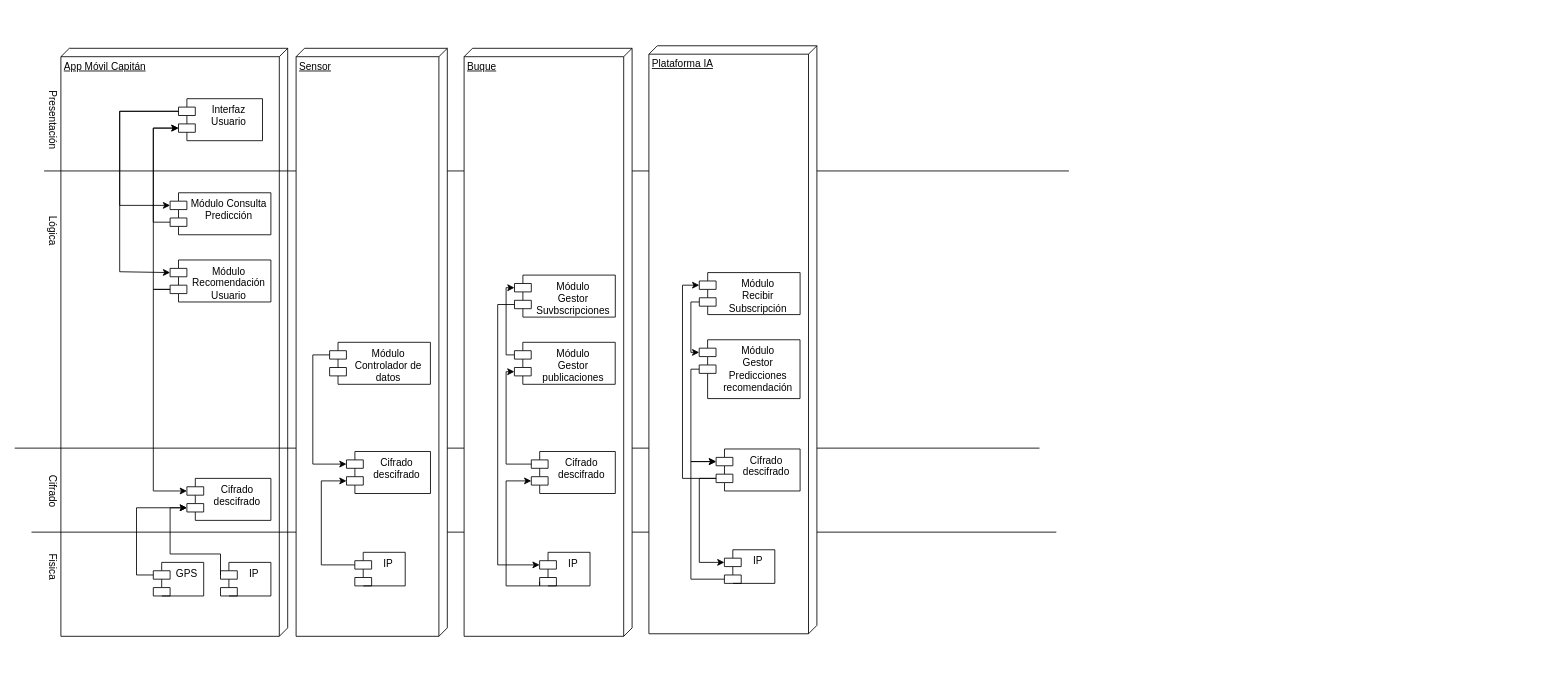
Before: Vista_desarrolloV1.drawio in jdiazfer/ADS_Practica1, a draw.io diagram. Source tidied: cells renumbered, new cells numbered last; positions are measured from the earlier drawing's top-left corner, leaving out a move shared by most shapes. Both pictures are drawn from the tidied source at 84%, with x=0, y=0 at pixel (14, 45).
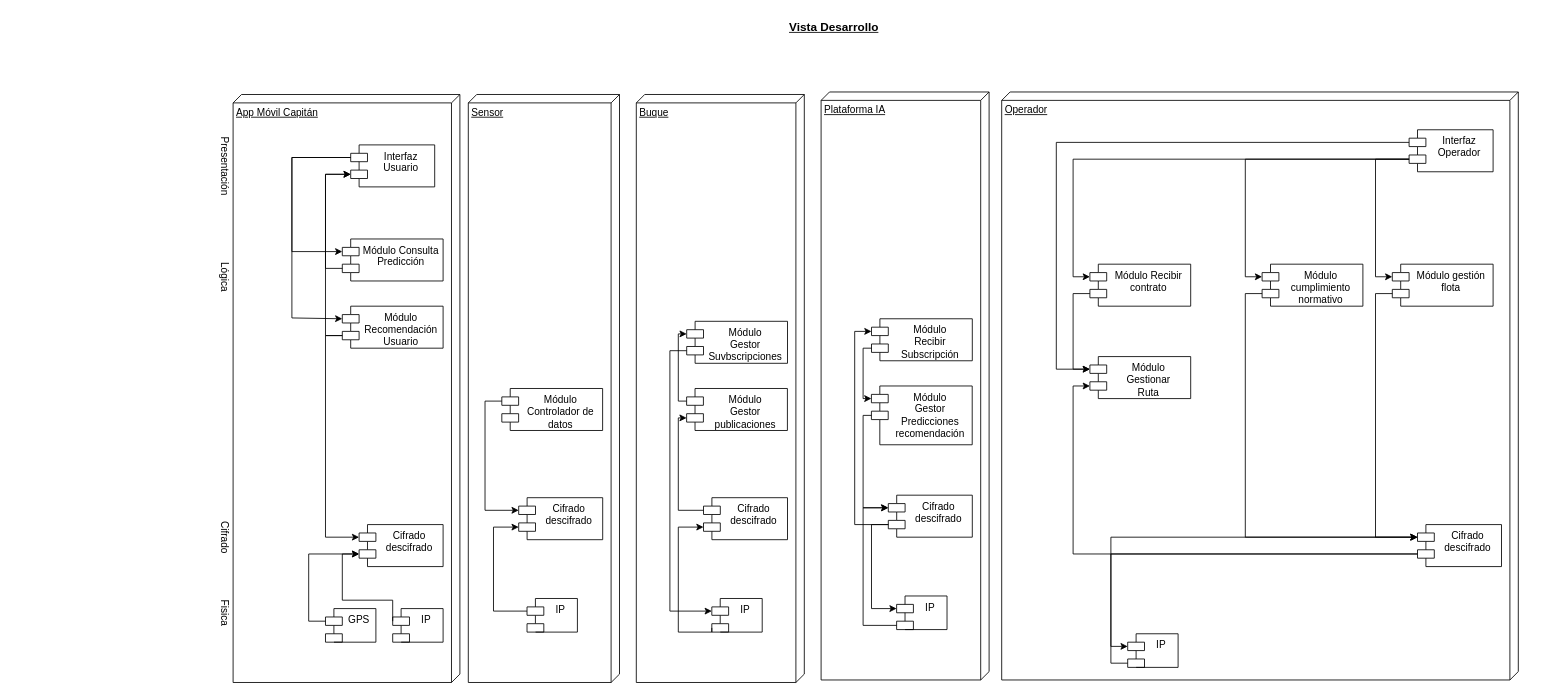
After the change.

What changed in the source:
```diff
@@
+    <mxCell id="53" style="group;" parent="1" vertex="1">
+      <mxGeometry x="235" y="55" width="1585" height="703" as="geometry" />
+    </mxCell>
+    <mxCell id="54" value="Operador" style="verticalAlign=top;align=left;spacingTop=8;spacingLeft=2;spacingRight=12;shape=cube;size=10;direction=south;fontStyle=4;html=1;whiteSpace=wrap;" parent="53" vertex="1">
+      <mxGeometry x="940" width="615" height="700" as="geometry" />
+    </mxCell>
-    <mxCell id="2" value="App Móvil Capitán" style="verticalAlign=top;align=left;spacingTop=8;spacingLeft=2;spacingRight=12;shape=cube;size=10;direction=south;fontStyle=4;html=1;whiteSpace=wrap;" parent="1" vertex="1">
-      <mxGeometry x="55" y="3" width="270" height="700" as="geometry" />
+    <mxCell id="2" value="App Móvil Capitán" style="verticalAlign=top;align=left;spacingTop=8;spacingLeft=2;spacingRight=12;shape=cube;size=10;direction=south;fontStyle=4;html=1;whiteSpace=wrap;" parent="53" vertex="1">
+      <mxGeometry x="25" y="3" width="270" height="700" as="geometry" />
     </mxCell>
-    <mxCell id="3" style="line;strokeWidth=1;fillColor=none;align=left;verticalAlign=middle;spacingTop=-1;spacingLeft=3;spacingRight=3;labelPosition=right;strokeColor=inherit;" parent="1" vertex="1">
-      <mxGeometry x="35" y="145" width="1220" height="8" as="geometry" />
-    </mxCell>
-    <mxCell id="4" value="Presentación" style="text;html=1;align=center;verticalAlign=middle;strokeColor=none;fillColor=none;rotation=90;" parent="1" vertex="1">
-      <mxGeometry y="73" width="90" height="30" as="geometry" />
+    <mxCell id="4" value="Presentación" style="text;html=1;align=center;verticalAlign=middle;strokeColor=none;fillColor=none;rotation=90;" parent="53" vertex="1">
+      <mxGeometry x="-30" y="73" width="90" height="30" as="geometry" />
     </mxCell>
-    <mxCell id="5" value="Lógica" style="text;html=1;align=center;verticalAlign=middle;strokeColor=none;fillColor=none;rotation=90;" parent="1" vertex="1">
-      <mxGeometry x="15" y="205" width="60" height="30" as="geometry" />
+    <mxCell id="5" value="Lógica" style="text;html=1;align=center;verticalAlign=middle;strokeColor=none;fillColor=none;rotation=90;" parent="53" vertex="1">
+      <mxGeometry x="-15" y="205" width="60" height="30" as="geometry" />
     </mxCell>
-    <mxCell id="6" value="Cifrado" style="text;html=1;align=center;verticalAlign=middle;strokeColor=none;fillColor=none;rotation=90;" parent="1" vertex="1">
-      <mxGeometry x="15" y="515" width="60" height="30" as="geometry" />
+    <mxCell id="6" value="Cifrado" style="text;html=1;align=center;verticalAlign=middle;strokeColor=none;fillColor=none;rotation=90;" parent="53" vertex="1">
+      <mxGeometry x="-15" y="515" width="60" height="30" as="geometry" />
     </mxCell>
-    <mxCell id="7" value="Fisica" style="text;html=1;align=center;verticalAlign=middle;strokeColor=none;fillColor=none;rotation=90;" parent="1" vertex="1">
-      <mxGeometry x="20" y="605" width="50" height="30" as="geometry" />
+    <mxCell id="7" value="Fisica" style="text;html=1;align=center;verticalAlign=middle;strokeColor=none;fillColor=none;rotation=90;" parent="53" vertex="1">
+      <mxGeometry x="-10" y="605" width="50" height="30" as="geometry" />
     </mxCell>
-    <mxCell id="8" style="edgeStyle=orthogonalEdgeStyle;rounded=0;jettySize=auto;html=1;exitX=0;exitY=0;exitDx=0;exitDy=15;exitPerimeter=0;entryX=0;entryY=0;entryDx=0;entryDy=15;entryPerimeter=0;" parent="1" edge="1" source="9" target="10">
+    <mxCell id="8" style="edgeStyle=orthogonalEdgeStyle;rounded=0;jettySize=auto;html=1;exitX=0;exitY=0;exitDx=0;exitDy=15;exitPerimeter=0;entryX=0;entryY=0;entryDx=0;entryDy=15;entryPerimeter=0;" parent="53" edge="1" source="9" target="10">
       <mxGeometry relative="1" as="geometry">
         <Array as="points">
-          <mxPoint x="125" y="78" />
-          <mxPoint x="125" y="190" />
+          <mxPoint x="95" y="78" />
+          <mxPoint x="95" y="190" />
         </Array>
       </mxGeometry>
     </mxCell>
-    <mxCell id="9" value="&lt;div&gt;Interfaz &lt;br&gt;&lt;/div&gt;&lt;div&gt;Usuario&lt;br&gt;&lt;/div&gt;" style="shape=module;align=left;spacingLeft=20;align=center;verticalAlign=top;whiteSpace=wrap;html=1;" parent="1" vertex="1">
-      <mxGeometry x="195" y="63" width="100" height="50" as="geometry" />
+    <mxCell id="9" value="&lt;div&gt;Interfaz &lt;br&gt;&lt;/div&gt;&lt;div&gt;Usuario&lt;br&gt;&lt;/div&gt;" style="shape=module;align=left;spacingLeft=20;align=center;verticalAlign=top;whiteSpace=wrap;html=1;" parent="53" vertex="1">
+      <mxGeometry x="165" y="63" width="100" height="50" as="geometry" />
     </mxCell>
-    <mxCell id="10" value="&lt;div&gt;Módulo Consulta&lt;br&gt;&lt;/div&gt;&lt;div&gt;Predicción&lt;br&gt;&lt;/div&gt;" style="shape=module;align=left;spacingLeft=20;align=center;verticalAlign=top;whiteSpace=wrap;html=1;" parent="1" vertex="1">
-      <mxGeometry x="185" y="175" width="120" height="50" as="geometry" />
+    <mxCell id="10" value="&lt;div&gt;Módulo Consulta&lt;br&gt;&lt;/div&gt;&lt;div&gt;Predicción&lt;br&gt;&lt;/div&gt;" style="shape=module;align=left;spacingLeft=20;align=center;verticalAlign=top;whiteSpace=wrap;html=1;" parent="53" vertex="1">
+      <mxGeometry x="155" y="175" width="120" height="50" as="geometry" />
     </mxCell>
-    <mxCell id="11" style="edgeStyle=orthogonalEdgeStyle;rounded=0;jettySize=auto;html=1;exitX=0;exitY=0;exitDx=0;exitDy=35;exitPerimeter=0;entryX=0;entryY=0;entryDx=0;entryDy=15;entryPerimeter=0;" parent="1" edge="1" source="12" target="18">
+    <mxCell id="11" style="edgeStyle=orthogonalEdgeStyle;rounded=0;jettySize=auto;html=1;exitX=0;exitY=0;exitDx=0;exitDy=35;exitPerimeter=0;entryX=0;entryY=0;entryDx=0;entryDy=15;entryPerimeter=0;" parent="53" edge="1" source="12" target="18">
       <mxGeometry relative="1" as="geometry" />
     </mxCell>
-    <mxCell id="12" value="&lt;div&gt;Módulo&lt;/div&gt;&lt;div&gt;Recomendación &lt;br&gt;&lt;/div&gt;&lt;div&gt;Usuario&lt;br&gt;&lt;/div&gt;" style="shape=module;align=left;spacingLeft=20;align=center;verticalAlign=top;whiteSpace=wrap;html=1;" parent="1" vertex="1">
-      <mxGeometry x="185" y="255" width="120" height="50" as="geometry" />
+    <mxCell id="12" value="&lt;div&gt;Módulo&lt;/div&gt;&lt;div&gt;Recomendación &lt;br&gt;&lt;/div&gt;&lt;div&gt;Usuario&lt;br&gt;&lt;/div&gt;" style="shape=module;align=left;spacingLeft=20;align=center;verticalAlign=top;whiteSpace=wrap;html=1;" parent="53" vertex="1">
+      <mxGeometry x="155" y="255" width="120" height="50" as="geometry" />
     </mxCell>
-    <mxCell id="13" value="GPS" style="shape=module;align=left;spacingLeft=20;align=center;verticalAlign=top;whiteSpace=wrap;html=1;" parent="1" vertex="1">
-      <mxGeometry x="165" y="615" width="60" height="40" as="geometry" />
+    <mxCell id="13" value="GPS" style="shape=module;align=left;spacingLeft=20;align=center;verticalAlign=top;whiteSpace=wrap;html=1;" parent="53" vertex="1">
+      <mxGeometry x="135" y="615" width="60" height="40" as="geometry" />
     </mxCell>
-    <mxCell id="14" style="edgeStyle=orthogonalEdgeStyle;rounded=0;jettySize=auto;html=1;exitX=0;exitY=0;exitDx=0;exitDy=15;exitPerimeter=0;entryX=0;entryY=0;entryDx=0;entryDy=15;entryPerimeter=0;" parent="1" edge="1" source="9" target="12">
+    <mxCell id="14" style="edgeStyle=orthogonalEdgeStyle;rounded=0;jettySize=auto;html=1;exitX=0;exitY=0;exitDx=0;exitDy=15;exitPerimeter=0;entryX=0;entryY=0;entryDx=0;entryDy=15;entryPerimeter=0;" parent="53" edge="1" source="9" target="12">
       <mxGeometry relative="1" as="geometry">
         <Array as="points">
-          <mxPoint x="125" y="78" />
-          <mxPoint x="125" y="269" />
-          <mxPoint x="185" y="269" />
+          <mxPoint x="95" y="78" />
+          <mxPoint x="95" y="269" />
+          <mxPoint x="155" y="269" />
         </Array>
       </mxGeometry>
     </mxCell>
-    <mxCell id="15" style="edgeStyle=orthogonalEdgeStyle;rounded=0;jettySize=auto;html=1;exitX=0;exitY=0;exitDx=0;exitDy=35;exitPerimeter=0;entryX=0;entryY=0;entryDx=0;entryDy=35;entryPerimeter=0;" parent="1" edge="1" source="10" target="9">
+    <mxCell id="15" style="edgeStyle=orthogonalEdgeStyle;rounded=0;jettySize=auto;html=1;exitX=0;exitY=0;exitDx=0;exitDy=35;exitPerimeter=0;entryX=0;entryY=0;entryDx=0;entryDy=35;entryPerimeter=0;" parent="53" edge="1" source="10" target="9">
       <mxGeometry relative="1" as="geometry" />
     </mxCell>
-    <mxCell id="16" style="edgeStyle=orthogonalEdgeStyle;rounded=0;jettySize=auto;html=1;exitX=0;exitY=0;exitDx=0;exitDy=35;exitPerimeter=0;entryX=0;entryY=0;entryDx=0;entryDy=35;entryPerimeter=0;" parent="1" edge="1" source="12" target="9">
+    <mxCell id="16" style="edgeStyle=orthogonalEdgeStyle;rounded=0;jettySize=auto;html=1;exitX=0;exitY=0;exitDx=0;exitDy=35;exitPerimeter=0;entryX=0;entryY=0;entryDx=0;entryDy=35;entryPerimeter=0;" parent="53" edge="1" source="12" target="9">
       <mxGeometry relative="1" as="geometry" />
     </mxCell>
-    <mxCell id="17" style="edgeStyle=orthogonalEdgeStyle;rounded=0;jettySize=auto;html=1;exitX=0;exitY=0;exitDx=0;exitDy=15;exitPerimeter=0;entryX=0;entryY=0;entryDx=0;entryDy=35;entryPerimeter=0;" parent="1" edge="1" source="13" target="18">
+    <mxCell id="17" style="edgeStyle=orthogonalEdgeStyle;rounded=0;jettySize=auto;html=1;exitX=0;exitY=0;exitDx=0;exitDy=15;exitPerimeter=0;entryX=0;entryY=0;entryDx=0;entryDy=35;entryPerimeter=0;" parent="53" edge="1" source="13" target="18">
       <mxGeometry relative="1" as="geometry">
         <Array as="points">
-          <mxPoint x="145" y="630" />
-          <mxPoint x="145" y="550" />
+          <mxPoint x="115" y="630" />
+          <mxPoint x="115" y="550" />
         </Array>
       </mxGeometry>
     </mxCell>
-    <mxCell id="18" value="&lt;div&gt;Cifrado&lt;/div&gt;&lt;div&gt;descifrado&lt;br&gt;&lt;/div&gt;" style="shape=module;align=left;spacingLeft=20;align=center;verticalAlign=top;whiteSpace=wrap;html=1;" parent="1" vertex="1">
-      <mxGeometry x="205" y="515" width="100" height="50" as="geometry" />
+    <mxCell id="18" value="&lt;div&gt;Cifrado&lt;/div&gt;&lt;div&gt;descifrado&lt;br&gt;&lt;/div&gt;" style="shape=module;align=left;spacingLeft=20;align=center;verticalAlign=top;whiteSpace=wrap;html=1;" parent="53" vertex="1">
+      <mxGeometry x="175" y="515" width="100" height="50" as="geometry" />
     </mxCell>
-    <mxCell id="19" style="line;strokeWidth=1;fillColor=none;align=left;verticalAlign=middle;spacingTop=-1;spacingLeft=3;spacingRight=3;labelPosition=right;strokeColor=inherit;" parent="1" vertex="1">
-      <mxGeometry y="475" width="1220" height="8" as="geometry" />
-    </mxCell>
-    <mxCell id="20" style="line;strokeWidth=1;fillColor=none;align=left;verticalAlign=middle;spacingTop=-1;spacingLeft=3;spacingRight=3;labelPosition=right;strokeColor=inherit;" parent="1" vertex="1">
-      <mxGeometry x="20" y="575" width="1220" height="8" as="geometry" />
-    </mxCell>
-    <mxCell id="21" value="Sensor" style="verticalAlign=top;align=left;spacingTop=8;spacingLeft=2;spacingRight=12;shape=cube;size=10;direction=south;fontStyle=4;html=1;whiteSpace=wrap;" parent="1" vertex="1">
-      <mxGeometry x="335" y="3" width="180" height="700" as="geometry" />
+    <mxCell id="21" value="Sensor" style="verticalAlign=top;align=left;spacingTop=8;spacingLeft=2;spacingRight=12;shape=cube;size=10;direction=south;fontStyle=4;html=1;whiteSpace=wrap;" parent="53" vertex="1">
+      <mxGeometry x="305" y="3" width="180" height="700" as="geometry" />
     </mxCell>
-    <mxCell id="22" style="group;" parent="1" vertex="1">
-      <mxGeometry x="365" y="353" width="130" height="290" as="geometry" />
+    <mxCell id="22" style="group;" parent="53" vertex="1">
+      <mxGeometry x="335" y="353" width="130" height="290" as="geometry" />
     </mxCell>
@@
-    <mxCell id="28" style="group;" parent="1" vertex="1">
-      <mxGeometry x="535" y="3" width="200" height="700" as="geometry" />
+    <mxCell id="28" style="group;" parent="53" vertex="1">
+      <mxGeometry x="505" y="3" width="200" height="700" as="geometry" />
     </mxCell>
@@
-    <mxCell id="39" style="group;" parent="1" vertex="1">
-      <mxGeometry x="755" width="200" height="700" as="geometry" />
+    <mxCell id="39" style="group;" parent="53" vertex="1">
+      <mxGeometry x="725" width="200" height="700" as="geometry" />
     </mxCell>
@@
-    <mxCell id="51" value="IP" style="shape=module;align=left;spacingLeft=20;align=center;verticalAlign=top;whiteSpace=wrap;html=1;" parent="1" vertex="1">
-      <mxGeometry x="245" y="615" width="60" height="40" as="geometry" />
+    <mxCell id="51" value="IP" style="shape=module;align=left;spacingLeft=20;align=center;verticalAlign=top;whiteSpace=wrap;html=1;" parent="53" vertex="1">
+      <mxGeometry x="215" y="615" width="60" height="40" as="geometry" />
     </mxCell>
-    <mxCell id="52" style="edgeStyle=orthogonalEdgeStyle;rounded=0;jettySize=auto;html=1;exitX=0;exitY=0;exitDx=0;exitDy=15;exitPerimeter=0;entryX=0;entryY=0;entryDx=0;entryDy=35;entryPerimeter=0;" parent="1" edge="1" source="51" target="18">
+    <mxCell id="52" style="edgeStyle=orthogonalEdgeStyle;rounded=0;jettySize=auto;html=1;exitX=0;exitY=0;exitDx=0;exitDy=15;exitPerimeter=0;entryX=0;entryY=0;entryDx=0;entryDy=35;entryPerimeter=0;" parent="53" edge="1" source="51" target="18">
       <mxGeometry relative="1" as="geometry">
         <Array as="points">
-          <mxPoint x="245" y="605" />
-          <mxPoint x="185" y="605" />
-          <mxPoint x="185" y="550" />
+          <mxPoint x="215" y="605" />
+          <mxPoint x="155" y="605" />
+          <mxPoint x="155" y="550" />
         </Array>
       </mxGeometry>
     </mxCell>
+    <mxCell id="55" value="&lt;div&gt;Módulo Recibir contrato&lt;br&gt;&lt;/div&gt;" style="shape=module;align=left;spacingLeft=20;align=center;verticalAlign=top;whiteSpace=wrap;html=1;" parent="53" vertex="1">
+      <mxGeometry x="1045" y="205" width="120" height="50" as="geometry" />
+    </mxCell>
+    <mxCell id="56" value="&lt;div&gt;Módulo&lt;/div&gt;&lt;div&gt;Gestionar &lt;br&gt;&lt;/div&gt;&lt;div&gt;Ruta&lt;br&gt;&lt;/div&gt;" style="shape=module;align=left;spacingLeft=20;align=center;verticalAlign=top;whiteSpace=wrap;html=1;" parent="53" vertex="1">
+      <mxGeometry x="1045" y="315" width="120" height="50" as="geometry" />
+    </mxCell>
+    <mxCell id="57" value="&lt;div&gt;Cifrado&lt;/div&gt;&lt;div&gt;descifrado&lt;br&gt;&lt;/div&gt;" style="shape=module;align=left;spacingLeft=20;align=center;verticalAlign=top;whiteSpace=wrap;html=1;" parent="53" vertex="1">
+      <mxGeometry x="1435" y="515" width="100" height="50" as="geometry" />
+    </mxCell>
+    <mxCell id="58" value="IP" style="shape=module;align=left;spacingLeft=20;align=center;verticalAlign=top;whiteSpace=wrap;html=1;" parent="53" vertex="1">
+      <mxGeometry x="1090" y="645" width="60" height="40" as="geometry" />
+    </mxCell>
+    <mxCell id="59" style="edgeStyle=orthogonalEdgeStyle;rounded=0;jettySize=auto;html=1;exitX=0;exitY=0;exitDx=0;exitDy=35;exitPerimeter=0;entryX=0;entryY=0;entryDx=0;entryDy=15;entryPerimeter=0;" parent="53" edge="1" source="58" target="57">
+      <mxGeometry relative="1" as="geometry" />
+    </mxCell>
+    <mxCell id="60" value="&lt;div&gt;Interfaz &lt;br&gt;&lt;/div&gt;&lt;div&gt;Operador&lt;br&gt;&lt;/div&gt;" style="shape=module;align=left;spacingLeft=20;align=center;verticalAlign=top;whiteSpace=wrap;html=1;" parent="53" vertex="1">
+      <mxGeometry x="1425" y="45" width="100" height="50" as="geometry" />
+    </mxCell>
+    <mxCell id="61" style="edgeStyle=orthogonalEdgeStyle;rounded=0;jettySize=auto;html=1;exitX=0;exitY=0;exitDx=0;exitDy=35;exitPerimeter=0;entryX=0;entryY=0;entryDx=0;entryDy=15;entryPerimeter=0;" parent="53" edge="1" source="60" target="55">
+      <mxGeometry relative="1" as="geometry" />
+    </mxCell>
+    <mxCell id="62" style="edgeStyle=orthogonalEdgeStyle;rounded=0;jettySize=auto;html=1;exitX=0;exitY=0;exitDx=0;exitDy=15;exitPerimeter=0;entryX=0;entryY=0;entryDx=0;entryDy=15;entryPerimeter=0;" parent="53" edge="1" source="60" target="56">
+      <mxGeometry relative="1" as="geometry">
+        <Array as="points">
+          <mxPoint x="1005" y="60" />
+          <mxPoint x="1005" y="330" />
+        </Array>
+      </mxGeometry>
+    </mxCell>
+    <mxCell id="63" style="edgeStyle=orthogonalEdgeStyle;rounded=0;jettySize=auto;html=1;exitX=0;exitY=0;exitDx=0;exitDy=35;exitPerimeter=0;entryX=0;entryY=0;entryDx=0;entryDy=15;entryPerimeter=0;" parent="53" edge="1" source="55" target="56">
+      <mxGeometry relative="1" as="geometry" />
+    </mxCell>
+    <mxCell id="64" style="edgeStyle=orthogonalEdgeStyle;rounded=0;jettySize=auto;html=1;exitX=0;exitY=0;exitDx=0;exitDy=35;exitPerimeter=0;entryX=0;entryY=0;entryDx=0;entryDy=35;entryPerimeter=0;" parent="53" edge="1" source="57" target="56">
+      <mxGeometry relative="1" as="geometry" />
+    </mxCell>
+    <mxCell id="65" value="&lt;div&gt;Módulo cumplimiento&lt;/div&gt;&lt;div&gt;normativo&lt;br&gt;&lt;/div&gt;" style="shape=module;align=left;spacingLeft=20;align=center;verticalAlign=top;whiteSpace=wrap;html=1;" parent="53" vertex="1">
+      <mxGeometry x="1250" y="205" width="120" height="50" as="geometry" />
+    </mxCell>
+    <mxCell id="66" value="&lt;div&gt;Módulo gestión&lt;/div&gt;&lt;div&gt;flota&lt;br&gt;&lt;/div&gt;" style="shape=module;align=left;spacingLeft=20;align=center;verticalAlign=top;whiteSpace=wrap;html=1;" parent="53" vertex="1">
+      <mxGeometry x="1405" y="205" width="120" height="50" as="geometry" />
+    </mxCell>
+    <mxCell id="67" style="edgeStyle=orthogonalEdgeStyle;rounded=0;jettySize=auto;html=1;exitX=0;exitY=0;exitDx=0;exitDy=35;exitPerimeter=0;entryX=0;entryY=0;entryDx=0;entryDy=15;entryPerimeter=0;" parent="53" edge="1" source="60" target="65">
+      <mxGeometry relative="1" as="geometry" />
+    </mxCell>
+    <mxCell id="68" style="edgeStyle=orthogonalEdgeStyle;rounded=0;jettySize=auto;html=1;exitX=0;exitY=0;exitDx=0;exitDy=35;exitPerimeter=0;entryX=0;entryY=0;entryDx=0;entryDy=15;entryPerimeter=0;" parent="53" edge="1" source="60" target="66">
+      <mxGeometry relative="1" as="geometry" />
+    </mxCell>
+    <mxCell id="69" style="edgeStyle=orthogonalEdgeStyle;rounded=0;jettySize=auto;html=1;exitX=0;exitY=0;exitDx=0;exitDy=35;exitPerimeter=0;entryX=0;entryY=0;entryDx=0;entryDy=15;entryPerimeter=0;" parent="53" edge="1" source="65" target="57">
+      <mxGeometry relative="1" as="geometry" />
+    </mxCell>
+    <mxCell id="70" style="edgeStyle=orthogonalEdgeStyle;rounded=0;jettySize=auto;html=1;exitX=0;exitY=0;exitDx=0;exitDy=35;exitPerimeter=0;entryX=0;entryY=0;entryDx=0;entryDy=15;entryPerimeter=0;" parent="53" edge="1" source="66" target="57">
+      <mxGeometry relative="1" as="geometry" />
+    </mxCell>
+    <mxCell id="19" style="line;strokeWidth=1;fillColor=none;align=left;verticalAlign=middle;spacingTop=-1;spacingLeft=3;spacingRight=3;labelPosition=right;strokeColor=inherit;" parent="53" vertex="1">
+      <mxGeometry x="5" y="475" width="1580" height="8" as="geometry" />
+    </mxCell>
+    <mxCell id="3" style="line;strokeWidth=1;fillColor=none;align=left;verticalAlign=middle;spacingTop=-1;spacingLeft=3;spacingRight=3;labelPosition=right;strokeColor=inherit;" parent="53" vertex="1">
+      <mxGeometry x="5" y="145" width="1580" height="8" as="geometry" />
+    </mxCell>
+    <mxCell id="20" style="line;strokeWidth=1;fillColor=none;align=left;verticalAlign=middle;spacingTop=-1;spacingLeft=3;spacingRight=3;labelPosition=right;strokeColor=inherit;" parent="53" vertex="1">
+      <mxGeometry x="5" y="575" width="1580" height="8" as="geometry" />
+    </mxCell>
+    <mxCell id="71" style="edgeStyle=orthogonalEdgeStyle;rounded=0;jettySize=auto;html=1;exitX=0;exitY=0;exitDx=0;exitDy=35;exitPerimeter=0;entryX=0;entryY=0;entryDx=0;entryDy=15;entryPerimeter=0;" parent="53" edge="1" source="57" target="58">
+      <mxGeometry relative="1" as="geometry" />
+    </mxCell>
+    <mxCell id="72" value="&lt;b&gt;&lt;u&gt;&lt;font style=&quot;font-size: 14px;&quot;&gt;Vista Desarrollo&lt;/font&gt;&lt;/u&gt;&lt;/b&gt;" style="text;html=1;align=center;verticalAlign=middle;strokeColor=none;fillColor=none;" parent="1" vertex="1">
+      <mxGeometry x="910" y="-37" width="130" height="30" as="geometry" />
+    </mxCell>
```
